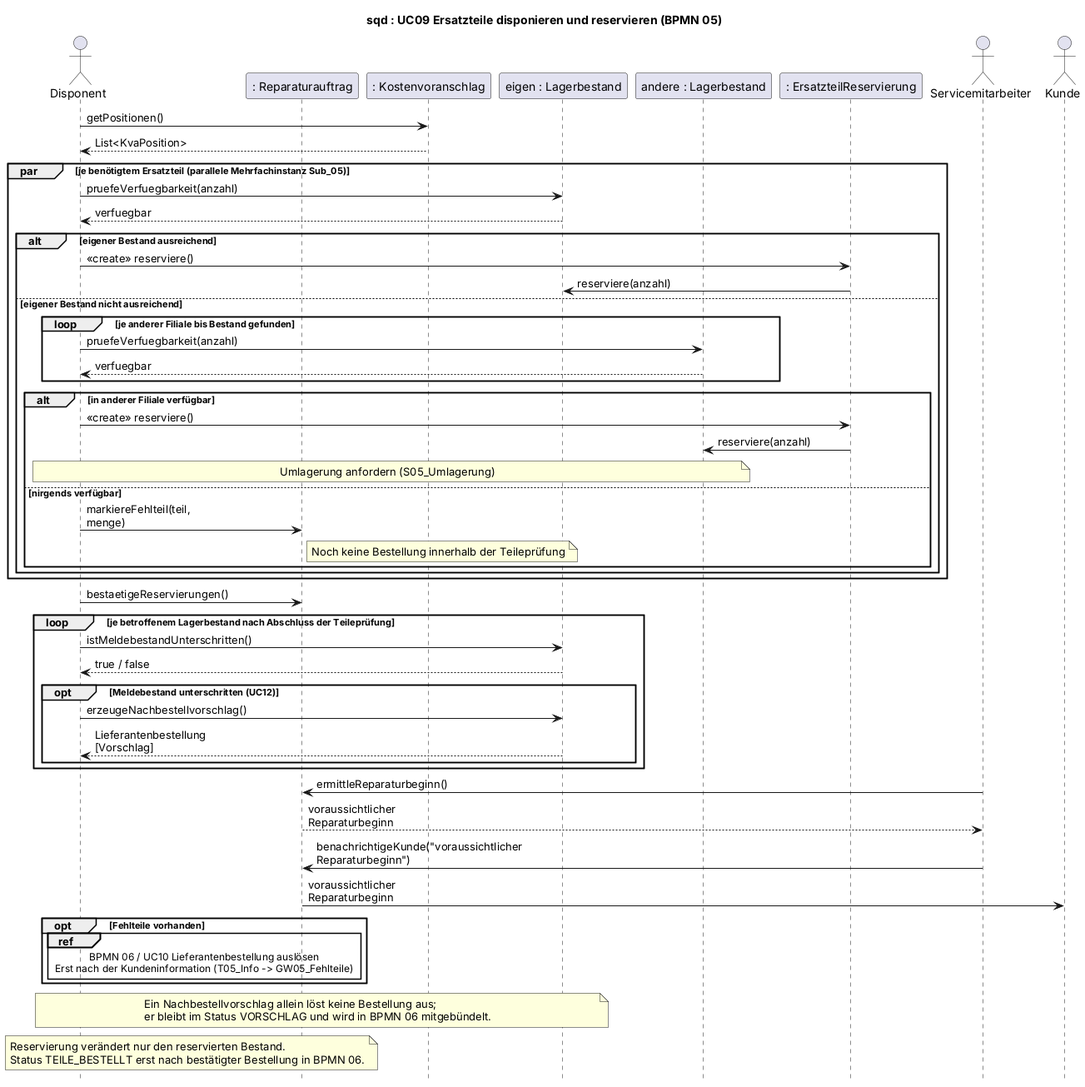
The PlantUML diagram 2_uml/entwurf-plantuml/sequenz-03-reservierung.png in jakobschwan123-cmd/casestudy-semester-3, before a commit.
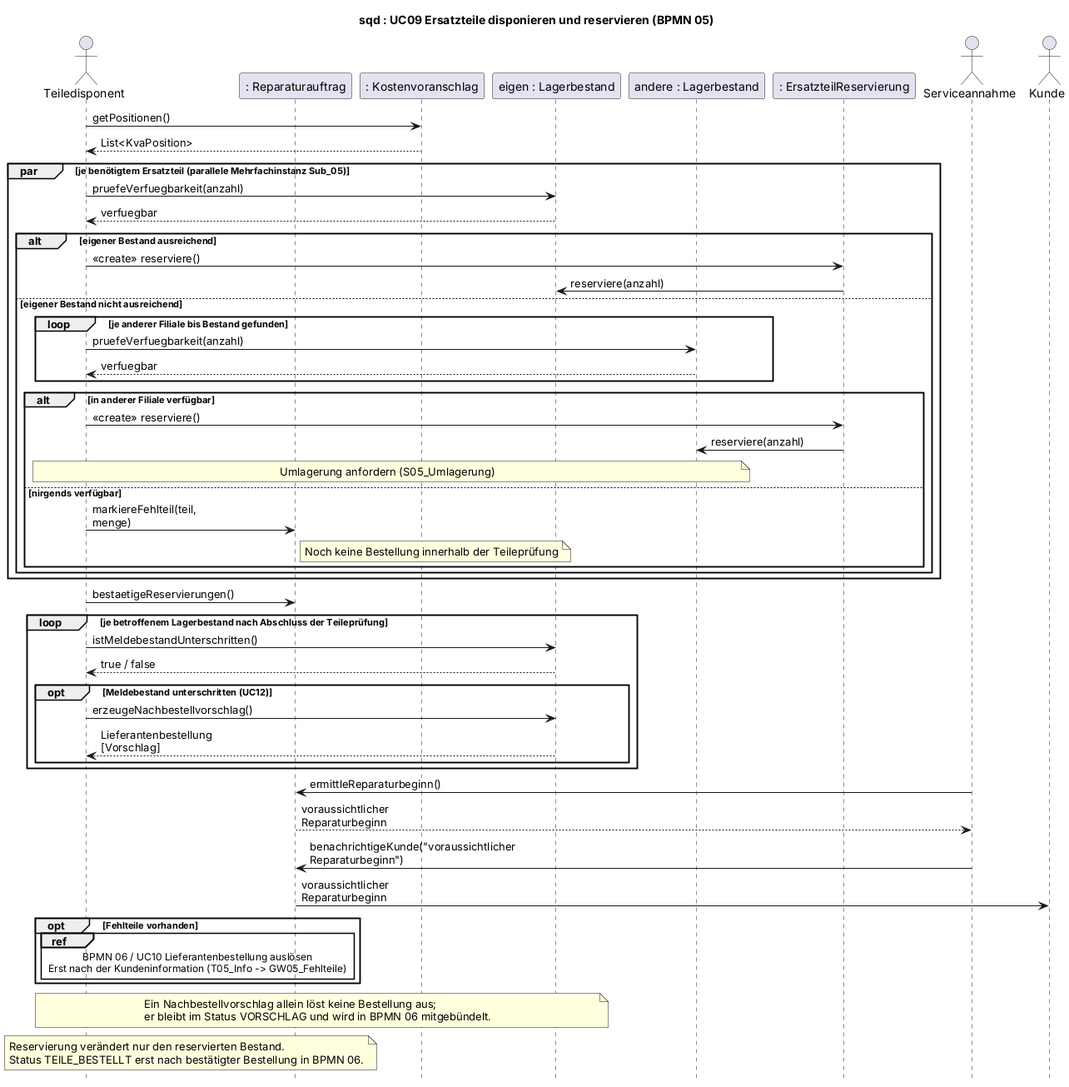
After the change.

Diff of the diagram source:
```diff
@@ -5,13 +5,13 @@
 skinparam maxMessageSize 160
 hide footbox
 
-actor Disponent
+actor Teiledisponent as Disponent
 participant ": Reparaturauftrag" as RA
 participant ": Kostenvoranschlag" as KVA
 participant "eigen : Lagerbestand" as LB
 participant "andere : Lagerbestand" as AL
 participant ": ErsatzteilReservierung" as RES
-actor Servicemitarbeiter as SM
+actor Serviceannahme as SM
 actor Kunde
 
 Disponent -> KVA : getPositionen()
```
